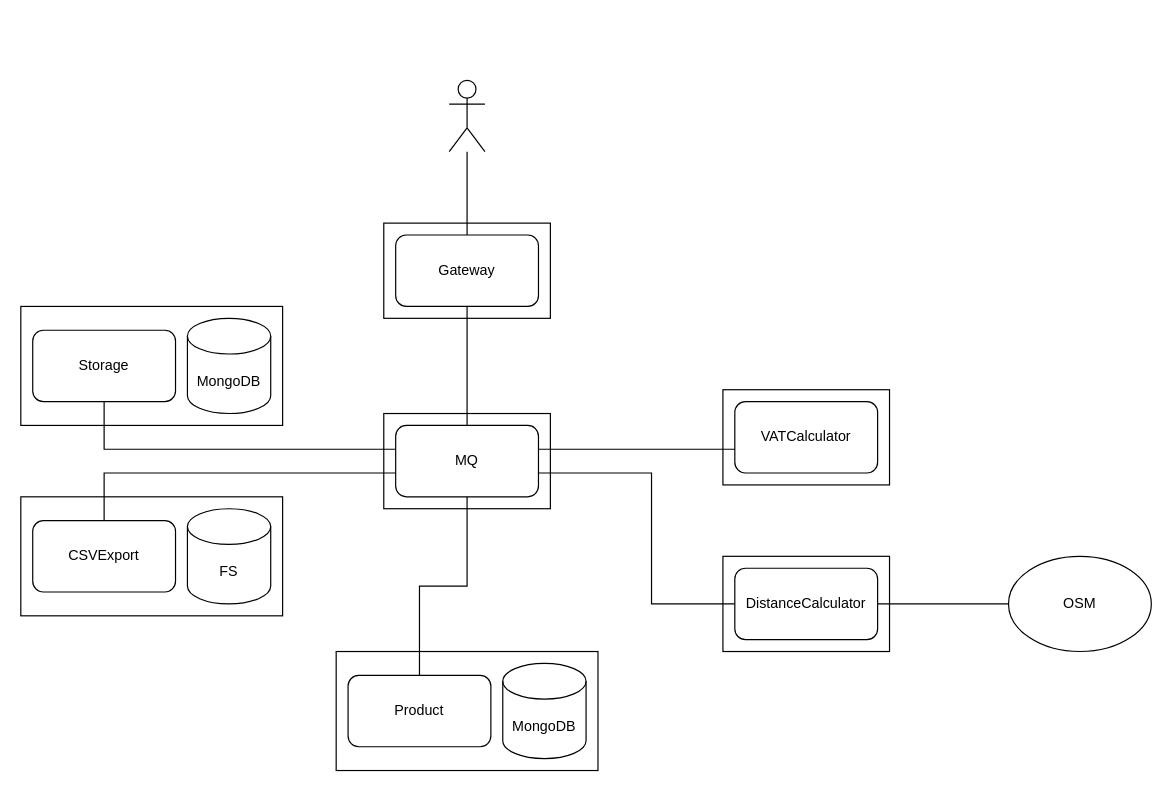
The draw.io diagram page "Architecture" (1 of 2) of Architecture.drawio in htw-kbe-jneidel/planning, before the edit. Source tidied: cells renumbered, new cells numbered last; positions are measured from the earlier drawing's top-left corner, leaving out a move shared by most shapes. Both pictures are drawn from the tidied source at 119%, with x=0, y=0 at pixel (20, 80).
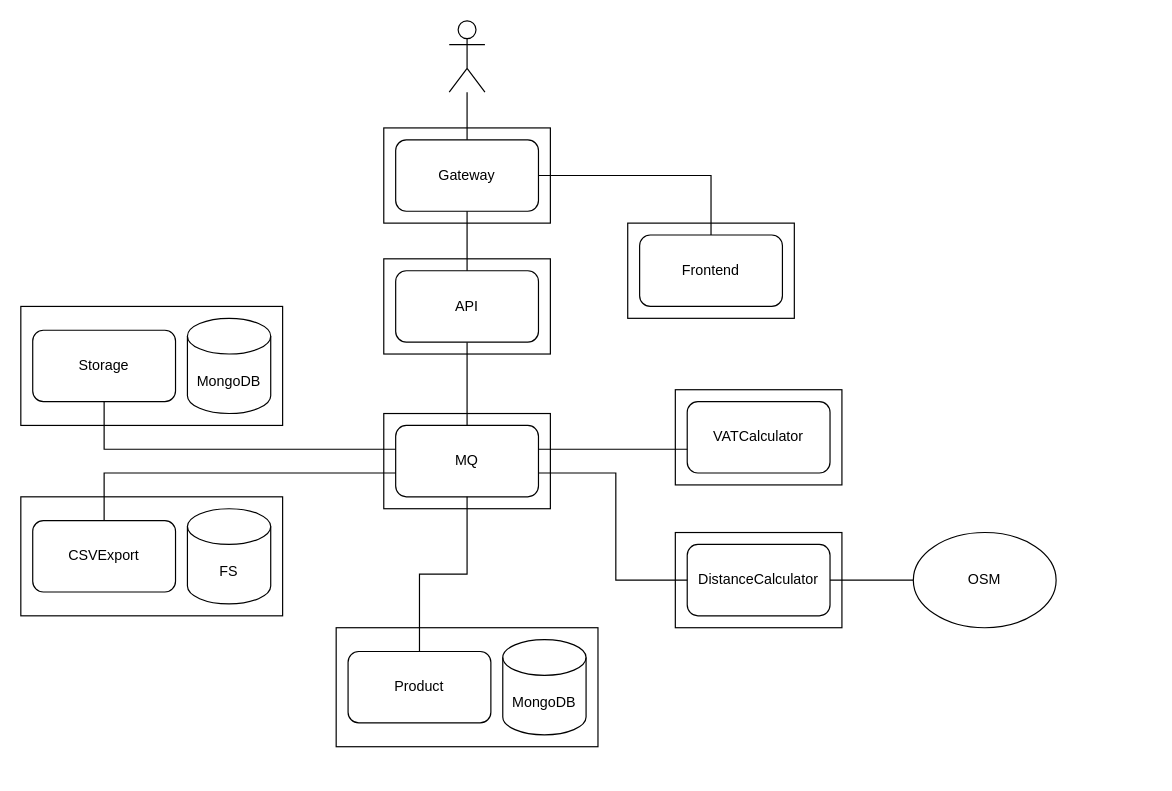
Above is the later version.

Commit message:
Decrease gatway coupling

Unchanged cells that the change refers to:
```xml
<mxCell id="7" value="MQ" style="rounded=1;whiteSpace=wrap;html=1;" parent="1" vertex="1">
  <mxGeometry x="315" y="290" width="120" height="60" as="geometry" />
</mxCell>
```

Change to the diagram source:
```diff
@@
     <mxCell id="2" style="shape=umlActor;verticalLabelPosition=bottom;verticalAlign=top;html=1;outlineConnect=0;" parent="1" vertex="1">
-      <mxGeometry x="360" width="30" height="60" as="geometry" />
+      <mxGeometry x="360" y="-50" width="30" height="60" as="geometry" />
     </mxCell>
     <mxCell id="3" style="rounded=0;whiteSpace=wrap;html=1;" parent="1" vertex="1">
-      <mxGeometry x="305" y="120" width="140" height="80" as="geometry" />
+      <mxGeometry x="305" y="40" width="140" height="80" as="geometry" />
     </mxCell>
     <mxCell id="4" value="Gateway" style="rounded=1;whiteSpace=wrap;html=1;" parent="1" vertex="1">
-      <mxGeometry x="315" y="130" width="120" height="60" as="geometry" />
+      <mxGeometry x="315" y="50" width="120" height="60" as="geometry" />
     </mxCell>
@@
-    <mxCell id="8" style="edgeStyle=orthogonalEdgeStyle;rounded=0;jettySize=auto;html=1;startArrow=none;startFill=0;endArrow=none;endFill=0;" parent="1" edge="1" source="4" target="7">
-      <mxGeometry relative="1" as="geometry" />
-    </mxCell>
     <mxCell id="9" style="rounded=0;whiteSpace=wrap;html=1;" parent="1" vertex="1">
-      <mxGeometry x="590" y="260" width="140" height="80" as="geometry" />
+      <mxGeometry x="550" y="260" width="140" height="80" as="geometry" />
     </mxCell>
     <mxCell id="10" value="VATCalculator" style="rounded=1;whiteSpace=wrap;html=1;" parent="1" vertex="1">
-      <mxGeometry x="600" y="270" width="120" height="60" as="geometry" />
+      <mxGeometry x="560" y="270" width="120" height="60" as="geometry" />
     </mxCell>
     <mxCell id="11" style="rounded=0;whiteSpace=wrap;html=1;" parent="1" vertex="1">
-      <mxGeometry x="590" y="400" width="140" height="80" as="geometry" />
+      <mxGeometry x="550" y="380" width="140" height="80" as="geometry" />
     </mxCell>
@@
     <mxCell id="13" value="DistanceCalculator" style="rounded=1;whiteSpace=wrap;html=1;" parent="1" vertex="1">
-      <mxGeometry x="600" y="410" width="120" height="60" as="geometry" />
+      <mxGeometry x="560" y="390" width="120" height="60" as="geometry" />
     </mxCell>
     <mxCell id="14" style="edgeStyle=orthogonalEdgeStyle;rounded=0;jettySize=auto;html=1;entryX=0;entryY=0.5;entryDx=0;entryDy=0;startArrow=none;startFill=0;endArrow=none;endFill=0;" parent="1" edge="1" source="7" target="13">
       <mxGeometry relative="1" as="geometry">
         <Array as="points">
-          <mxPoint x="530" y="330" />
-          <mxPoint x="530" y="440" />
+          <mxPoint x="500" y="330" />
+          <mxPoint x="500" y="420" />
         </Array>
       </mxGeometry>
     </mxCell>
     <mxCell id="15" value="OSM" style="ellipse;whiteSpace=wrap;html=1;" parent="1" vertex="1">
-      <mxGeometry x="830" y="400" width="120" height="80" as="geometry" />
+      <mxGeometry x="750" y="380" width="120" height="80" as="geometry" />
     </mxCell>
     <mxCell id="16" style="rounded=0;whiteSpace=wrap;html=1;" parent="1" vertex="1">
-      <mxGeometry x="265" y="480" width="220" height="100" as="geometry" />
+      <mxGeometry x="265" y="460" width="220" height="100" as="geometry" />
     </mxCell>
@@
     <mxCell id="18" value="Product" style="rounded=1;whiteSpace=wrap;html=1;" parent="1" vertex="1">
-      <mxGeometry x="275" y="500" width="120" height="60" as="geometry" />
+      <mxGeometry x="275" y="480" width="120" height="60" as="geometry" />
     </mxCell>
     <mxCell id="19" value="MongoDB" style="shape=cylinder3;whiteSpace=wrap;html=1;boundedLbl=1;backgroundOutline=1;size=15;" parent="1" vertex="1">
-      <mxGeometry x="405" y="490" width="70" height="80" as="geometry" />
+      <mxGeometry x="405" y="470" width="70" height="80" as="geometry" />
     </mxCell>
@@
     <mxCell id="28" style="edgeStyle=orthogonalEdgeStyle;rounded=0;jettySize=auto;html=1;endArrow=none;endFill=0;" parent="1" edge="1" source="7" target="10">
       <mxGeometry relative="1" as="geometry">
         <Array as="points">
-          <mxPoint x="560" y="310" />
-          <mxPoint x="560" y="310" />
+          <mxPoint x="510" y="310" />
+          <mxPoint x="510" y="310" />
         </Array>
       </mxGeometry>
     </mxCell>
+    <mxCell id="29" style="rounded=0;whiteSpace=wrap;html=1;" parent="1" vertex="1">
+      <mxGeometry x="305" y="150" width="140" height="80" as="geometry" />
+    </mxCell>
+    <mxCell id="30" style="edgeStyle=orthogonalEdgeStyle;rounded=0;jettySize=auto;html=1;endArrow=none;endFill=0;" parent="1" edge="1" source="31" target="7">
+      <mxGeometry relative="1" as="geometry" />
+    </mxCell>
+    <mxCell id="31" value="API" style="rounded=1;whiteSpace=wrap;html=1;" parent="1" vertex="1">
+      <mxGeometry x="315" y="160" width="120" height="60" as="geometry" />
+    </mxCell>
+    <mxCell id="32" style="rounded=0;whiteSpace=wrap;html=1;" parent="1" vertex="1">
+      <mxGeometry x="510" y="120" width="140" height="80" as="geometry" />
+    </mxCell>
+    <mxCell id="33" value="Frontend" style="rounded=1;whiteSpace=wrap;html=1;" parent="1" vertex="1">
+      <mxGeometry x="520" y="130" width="120" height="60" as="geometry" />
+    </mxCell>
+    <mxCell id="34" style="edgeStyle=orthogonalEdgeStyle;rounded=0;jettySize=auto;html=1;endArrow=none;endFill=0;" parent="1" edge="1" source="4" target="31">
+      <mxGeometry relative="1" as="geometry" />
+    </mxCell>
+    <mxCell id="35" style="edgeStyle=orthogonalEdgeStyle;rounded=0;jettySize=auto;html=1;endArrow=none;endFill=0;" parent="1" edge="1" source="4" target="33">
+      <mxGeometry relative="1" as="geometry" />
+    </mxCell>
```
